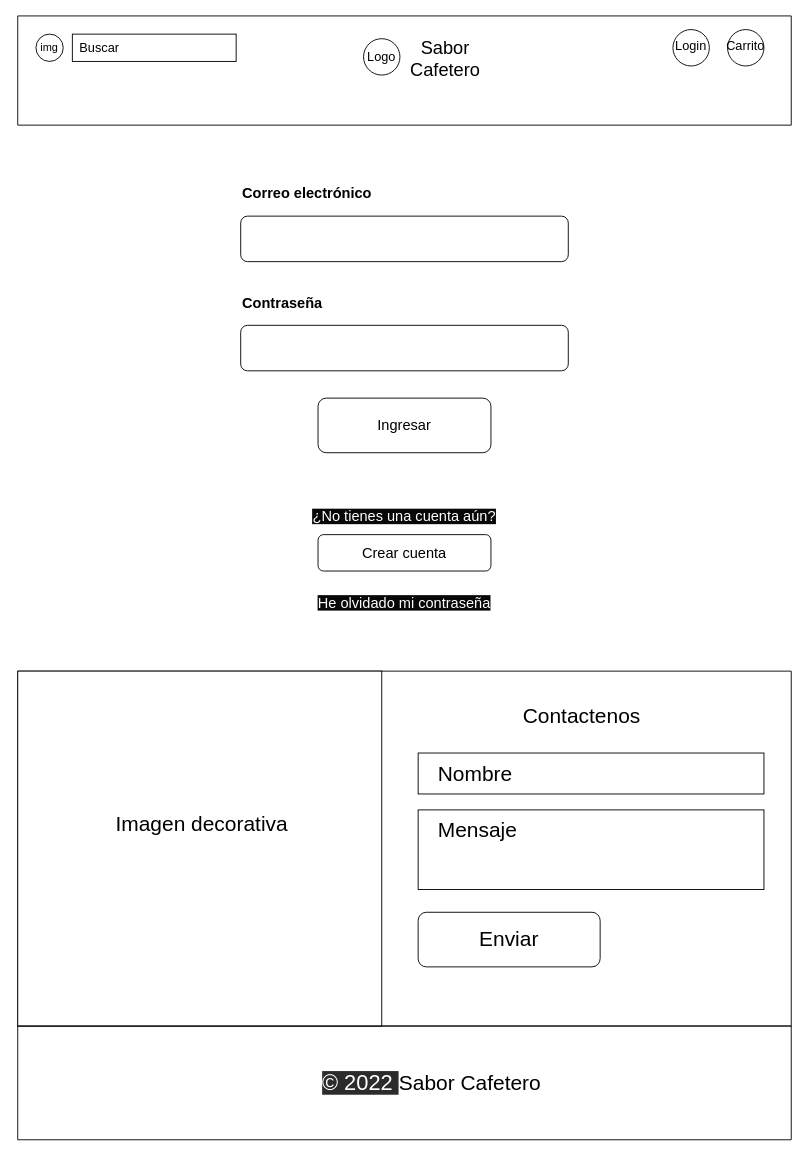
Before: wireframe/login.drawio in ricardogonzalez0607/grupo_7_Sabor_Cafetero, a draw.io diagram. Source tidied: cells renumbered, new cells numbered last; positions are measured from the earlier drawing's top-left corner, leaving out a move shared by most shapes. Both pictures are drawn from the tidied source at 91%, with x=0, y=0 at pixel (17, 15).
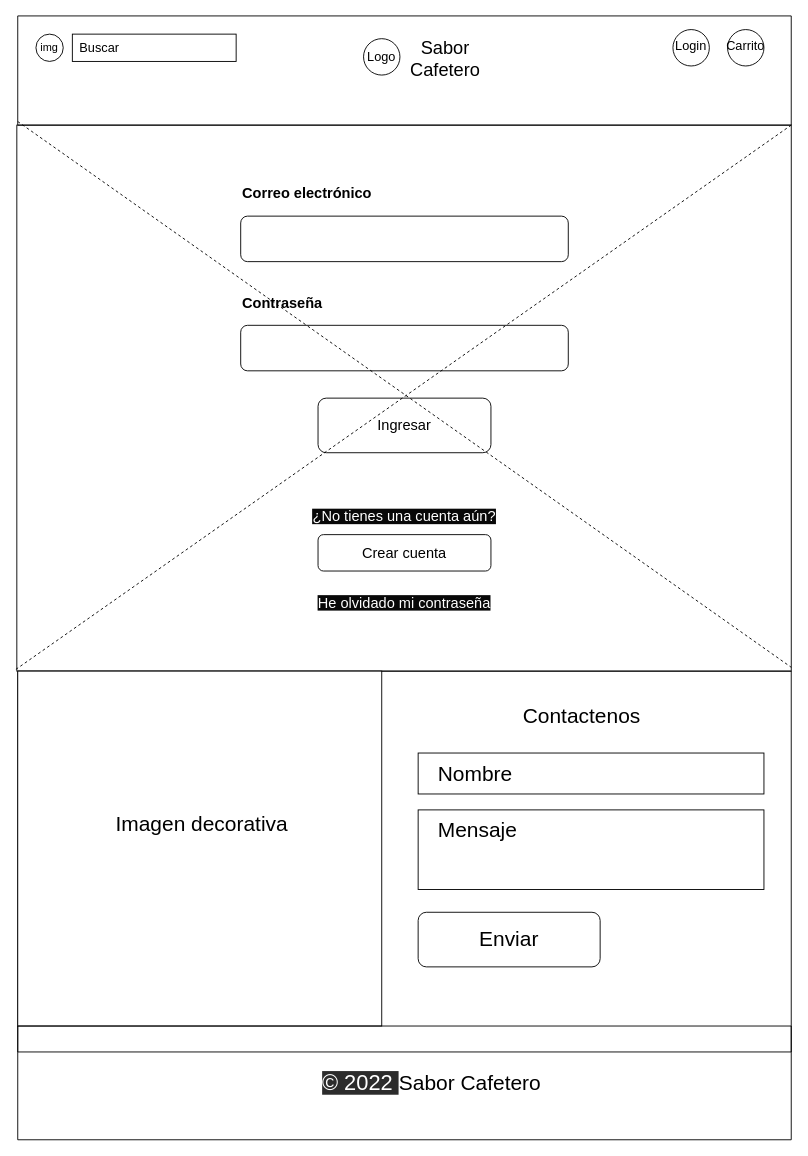
The same page after the edit.

The change refers to these unchanged cells:
```xml
<mxCell id="2" style="swimlane;startSize=0;" parent="1" vertex="1">
  <mxGeometry width="850" height="120" as="geometry" />
</mxCell>
<mxCell id="25" style="rounded=0;whiteSpace=wrap;html=1;" parent="24" vertex="1">
  <mxGeometry width="400" height="390" as="geometry" />
</mxCell>
```

What changed in the source:
```diff
@@
+    <mxCell id="36" style="rounded=0;whiteSpace=wrap;html=1;" parent="1" vertex="1">
+      <mxGeometry x="-1" y="120" width="851" height="600" as="geometry" />
+    </mxCell>
@@
     <mxCell id="24" style="swimlane;startSize=0;" parent="1" vertex="1">
-      <mxGeometry y="720" width="850" height="390" as="geometry" />
+      <mxGeometry y="720" width="850" height="418.5" as="geometry" />
     </mxCell>
@@
+    <mxCell id="37" style="endArrow=none;dashed=1;html=1;entryX=-0.005;entryY=-0.005;entryDx=0;entryDy=0;entryPerimeter=0;exitX=1;exitY=1;exitDx=0;exitDy=0;exitPerimeter=0;" parent="1" edge="1" source="2" target="25">
+      <mxGeometry relative="1" as="geometry" />
+    </mxCell>
+    <mxCell id="38" style="endArrow=none;dashed=1;html=1;entryX=1;entryY=0.993;entryDx=0;entryDy=0;entryPerimeter=0;exitX=0;exitY=0.967;exitDx=0;exitDy=0;exitPerimeter=0;" parent="1" edge="1" source="2" target="36">
+      <mxGeometry relative="1" as="geometry" />
+    </mxCell>
```
